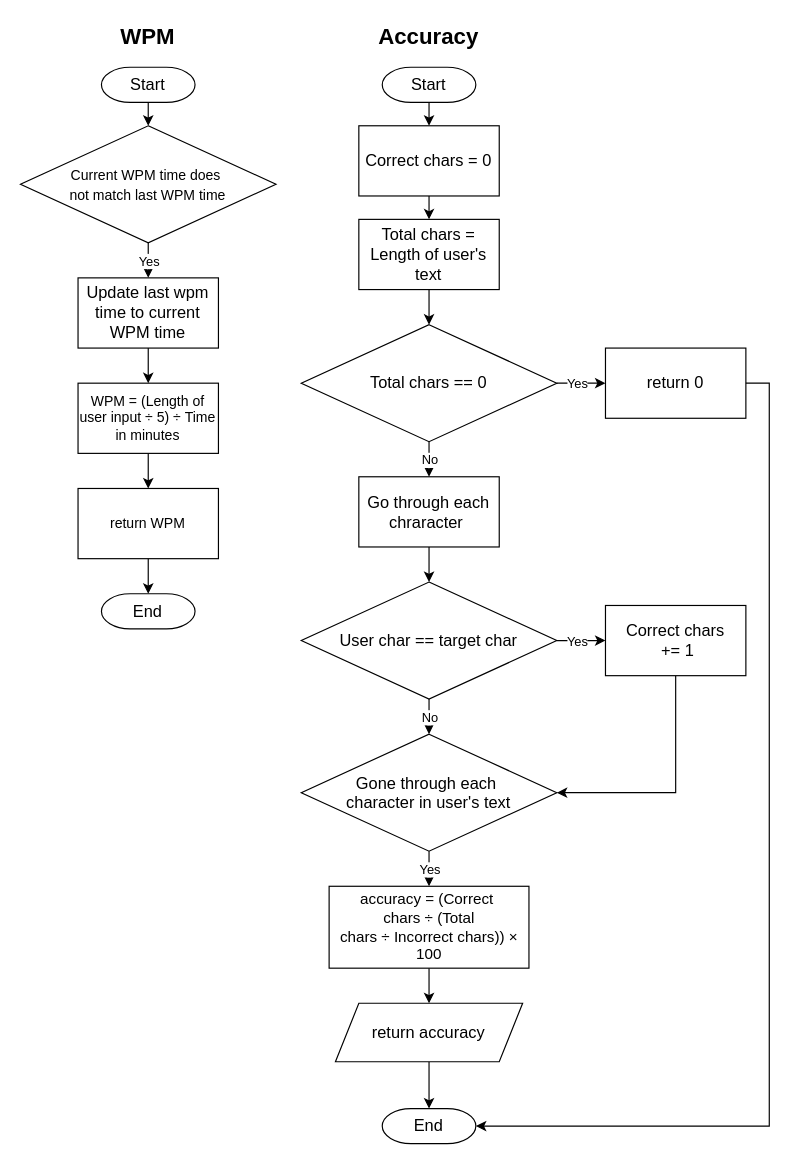
This is diagrams/algorithms/wpmCalculateAlgo.drawio from Bxnetic/wahtype, a draw.io file, before an edit. Source tidied: cells renumbered, new cells numbered last; positions are measured from the earlier drawing's top-left corner, leaving out a move shared by most shapes. Both pictures are drawn from the tidied source at 117%, with x=0, y=0 at pixel (20, 20).
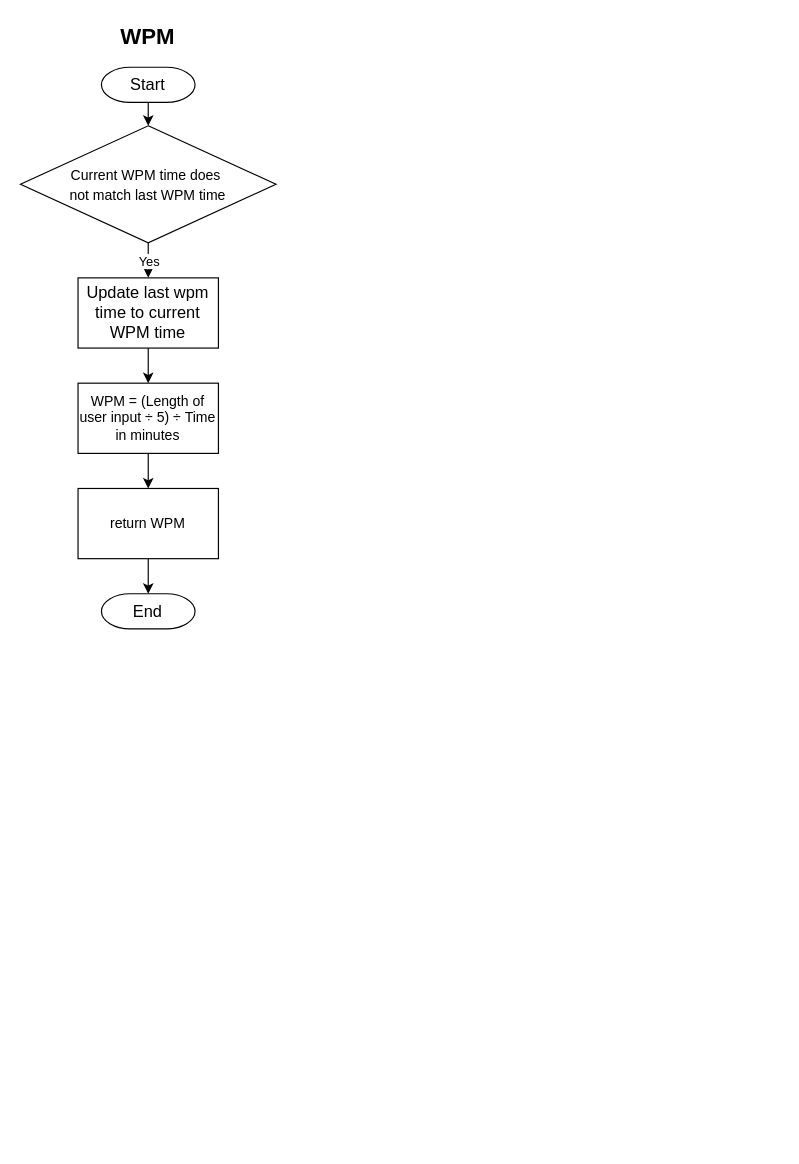
After the change.

Change to the diagram source:
```diff
@@
-    <mxCell id="15" style="edgeStyle=orthogonalEdgeStyle;rounded=0;jettySize=auto;html=1;exitX=0.5;exitY=1;exitDx=0;exitDy=0;exitPerimeter=0;entryX=0.5;entryY=0;entryDx=0;entryDy=0;" parent="1" edge="1" source="16" target="18">
-      <mxGeometry relative="1" as="geometry" />
-    </mxCell>
-    <mxCell id="16" value="Start" style="strokeWidth=1;html=1;shape=mxgraph.flowchart.terminator;whiteSpace=wrap;fontSize=14;" parent="1" vertex="1">
-      <mxGeometry x="309.2" y="40" width="80" height="30" as="geometry" />
-    </mxCell>
-    <mxCell id="17" style="edgeStyle=orthogonalEdgeStyle;rounded=0;jettySize=auto;html=1;exitX=0.5;exitY=1;exitDx=0;exitDy=0;entryX=0.5;entryY=0;entryDx=0;entryDy=0;" parent="1" edge="1" source="18" target="19">
-      <mxGeometry relative="1" as="geometry" />
-    </mxCell>
-    <mxCell id="18" value="Correct chars = 0" style="rounded=0;whiteSpace=wrap;html=1;fontSize=14;" parent="1" vertex="1">
-      <mxGeometry x="289.2" y="90" width="120" height="60" as="geometry" />
-    </mxCell>
-    <mxCell id="19" value="Total chars = Length of user's text" style="rounded=0;whiteSpace=wrap;html=1;fontSize=14;" parent="1" vertex="1">
-      <mxGeometry x="289.2" y="170" width="120" height="60" as="geometry" />
-    </mxCell>
-    <mxCell id="20" value="Go through each chraracter&amp;nbsp;" style="rounded=0;whiteSpace=wrap;html=1;fontSize=14;" parent="1" vertex="1">
-      <mxGeometry x="289.2" y="390" width="120" height="60" as="geometry" />
-    </mxCell>
-    <mxCell id="21" value="Total chars == 0" style="rhombus;html=1;spacing=9;spacingLeft=0;whiteSpace=wrap;labelPosition=center;verticalLabelPosition=middle;align=center;verticalAlign=middle;spacingBottom=0;gradientColor=none;fillColor=default;strokeColor=default;fontFamily=Helvetica;fontSize=14;fontColor=default;" parent="1" vertex="1">
-      <mxGeometry x="240" y="260" width="218.4" height="100" as="geometry" />
-    </mxCell>
-    <mxCell id="22" style="endArrow=classic;html=1;rounded=0;exitX=1;exitY=0.5;exitDx=0;exitDy=0;entryX=0;entryY=0.5;entryDx=0;entryDy=0;" parent="1" edge="1" source="21" target="24">
-      <mxGeometry relative="1" as="geometry" />
-    </mxCell>
-    <mxCell id="23" value="Yes" style="edgeLabel;html=1;align=center;verticalAlign=middle;" parent="22" vertex="1">
-      <mxGeometry relative="1" as="geometry">
-        <mxPoint x="-4" as="offset" />
-      </mxGeometry>
-    </mxCell>
-    <mxCell id="24" value="return 0" style="rounded=0;whiteSpace=wrap;html=1;fontSize=14;" parent="1" vertex="1">
-      <mxGeometry x="500" y="280" width="120" height="60" as="geometry" />
-    </mxCell>
-    <mxCell id="25" value="&lt;div&gt;User char == target char&lt;/div&gt;" style="rhombus;html=1;spacing=9;spacingLeft=0;whiteSpace=wrap;labelPosition=center;verticalLabelPosition=middle;align=center;verticalAlign=middle;spacingBottom=0;gradientColor=none;fillColor=default;strokeColor=default;fontFamily=Helvetica;fontSize=14;fontColor=default;" parent="1" vertex="1">
-      <mxGeometry x="240" y="480" width="218.4" height="100" as="geometry" />
-    </mxCell>
-    <mxCell id="26" style="edgeStyle=orthogonalEdgeStyle;rounded=0;jettySize=auto;html=1;exitX=0.5;exitY=1;exitDx=0;exitDy=0;entryX=1;entryY=0.5;entryDx=0;entryDy=0;" parent="1" edge="1" source="27" target="37">
-      <mxGeometry relative="1" as="geometry" />
-    </mxCell>
-    <mxCell id="27" value="&lt;div&gt;Correct chars&lt;/div&gt;&lt;div&gt;&amp;nbsp;+= 1&lt;/div&gt;" style="rounded=0;whiteSpace=wrap;html=1;fontSize=14;" parent="1" vertex="1">
-      <mxGeometry x="500" y="500" width="120" height="60" as="geometry" />
-    </mxCell>
-    <mxCell id="28" style="endArrow=classic;html=1;rounded=0;exitX=1;exitY=0.5;exitDx=0;exitDy=0;entryX=0;entryY=0.5;entryDx=0;entryDy=0;" parent="1" edge="1" source="25" target="27">
-      <mxGeometry relative="1" as="geometry" />
-    </mxCell>
-    <mxCell id="29" value="Yes" style="edgeLabel;html=1;align=center;verticalAlign=middle;" parent="28" vertex="1">
-      <mxGeometry relative="1" as="geometry">
-        <mxPoint x="-4" as="offset" />
-      </mxGeometry>
-    </mxCell>
-    <mxCell id="30" style="edgeStyle=orthogonalEdgeStyle;rounded=0;jettySize=auto;html=1;exitX=0.5;exitY=1;exitDx=0;exitDy=0;entryX=0.5;entryY=0;entryDx=0;entryDy=0;" parent="1" edge="1" source="31" target="45">
-      <mxGeometry relative="1" as="geometry" />
-    </mxCell>
-    <mxCell id="31" value="&lt;div&gt;&lt;font&gt;accuracy = (Correct&amp;nbsp;&lt;/font&gt;&lt;/div&gt;&lt;div&gt;&lt;font&gt;chars&amp;nbsp;&lt;/font&gt;&lt;span class=&quot;Yjhzub&quot;&gt;÷&lt;/span&gt;&lt;font&gt;&amp;nbsp;(Total chars&amp;nbsp;&lt;/font&gt;&lt;span class=&quot;Yjhzub&quot;&gt;÷&lt;/span&gt;&lt;font&gt;&amp;nbsp;Incorrect chars)) × 100&lt;/font&gt;&lt;/div&gt;" style="rounded=0;whiteSpace=wrap;html=1;fontSize=13;" parent="1" vertex="1">
-      <mxGeometry x="263.8" y="740" width="170.8" height="70" as="geometry" />
-    </mxCell>
-    <mxCell id="32" style="endArrow=classic;html=1;rounded=0;exitX=0.5;exitY=1;exitDx=0;exitDy=0;entryX=0.5;entryY=0;entryDx=0;entryDy=0;" parent="1" edge="1" source="25" target="37">
-      <mxGeometry relative="1" as="geometry" />
-    </mxCell>
-    <mxCell id="33" value="No" style="edgeLabel;html=1;align=center;verticalAlign=middle;" parent="32" vertex="1">
-      <mxGeometry relative="1" as="geometry" />
-    </mxCell>
-    <mxCell id="34" style="endArrow=classic;html=1;rounded=0;exitX=0.5;exitY=1;exitDx=0;exitDy=0;entryX=0.5;entryY=0;entryDx=0;entryDy=0;" parent="1" edge="1" source="21" target="20">
-      <mxGeometry relative="1" as="geometry" />
-    </mxCell>
-    <mxCell id="35" value="No" style="edgeLabel;html=1;align=center;verticalAlign=middle;" parent="34" vertex="1">
-      <mxGeometry relative="1" as="geometry" />
-    </mxCell>
-    <mxCell id="36" value="Accuracy" style="text;html=1;whiteSpace=wrap;strokeColor=none;fillColor=none;align=center;verticalAlign=middle;rounded=0;fontSize=19;fontFamily=Calibri;fontStyle=1;" parent="1" vertex="1">
-      <mxGeometry x="319.2" width="60" height="30" as="geometry" />
-    </mxCell>
-    <mxCell id="37" value="&lt;div&gt;Gone through each&amp;nbsp;&lt;/div&gt;&lt;div&gt;character in user's text&lt;/div&gt;" style="rhombus;html=1;spacing=9;spacingLeft=0;whiteSpace=wrap;labelPosition=center;verticalLabelPosition=middle;align=center;verticalAlign=middle;spacingBottom=0;gradientColor=none;fillColor=default;strokeColor=default;fontFamily=Helvetica;fontSize=14;fontColor=default;" parent="1" vertex="1">
-      <mxGeometry x="240" y="610" width="218.4" height="100" as="geometry" />
-    </mxCell>
-    <mxCell id="38" style="endArrow=classic;html=1;rounded=0;exitX=0.5;exitY=1;exitDx=0;exitDy=0;entryX=0.5;entryY=0;entryDx=0;entryDy=0;" parent="1" edge="1" source="37" target="31">
-      <mxGeometry relative="1" as="geometry" />
-    </mxCell>
-    <mxCell id="39" value="Yes" style="edgeLabel;html=1;align=center;verticalAlign=middle;" parent="38" vertex="1">
-      <mxGeometry relative="1" as="geometry" />
-    </mxCell>
-    <mxCell id="40" value="End" style="strokeWidth=1;html=1;shape=mxgraph.flowchart.terminator;whiteSpace=wrap;fontSize=14;" parent="1" vertex="1">
-      <mxGeometry x="309.2" y="930" width="80" height="30" as="geometry" />
-    </mxCell>
-    <mxCell id="41" style="edgeStyle=orthogonalEdgeStyle;rounded=0;jettySize=auto;html=1;exitX=0.5;exitY=1;exitDx=0;exitDy=0;entryX=0.5;entryY=0;entryDx=0;entryDy=0;entryPerimeter=0;" parent="1" edge="1" source="45" target="40">
-      <mxGeometry relative="1" as="geometry" />
-    </mxCell>
-    <mxCell id="42" style="endArrow=classic;html=1;rounded=0;exitX=0.5;exitY=1;exitDx=0;exitDy=0;entryX=0.5;entryY=0;entryDx=0;entryDy=0;" parent="1" edge="1" source="19" target="21">
-      <mxGeometry relative="1" as="geometry" />
-    </mxCell>
-    <mxCell id="43" style="endArrow=classic;html=1;rounded=0;exitX=0.5;exitY=1;exitDx=0;exitDy=0;entryX=0.5;entryY=0;entryDx=0;entryDy=0;" parent="1" edge="1" source="20" target="25">
-      <mxGeometry relative="1" as="geometry" />
-    </mxCell>
-    <mxCell id="44" style="edgeStyle=orthogonalEdgeStyle;rounded=0;jettySize=auto;html=1;exitX=1;exitY=0.5;exitDx=0;exitDy=0;entryX=1;entryY=0.5;entryDx=0;entryDy=0;entryPerimeter=0;" parent="1" edge="1" source="24" target="40">
-      <mxGeometry relative="1" as="geometry" />
-    </mxCell>
-    <mxCell id="45" value="return accuracy" style="shape=parallelogram;perimeter=parallelogramPerimeter;whiteSpace=wrap;html=1;fixedSize=1;fontSize=14;" parent="1" vertex="1">
-      <mxGeometry x="269.2" y="840" width="160" height="50" as="geometry" />
-    </mxCell>
```
